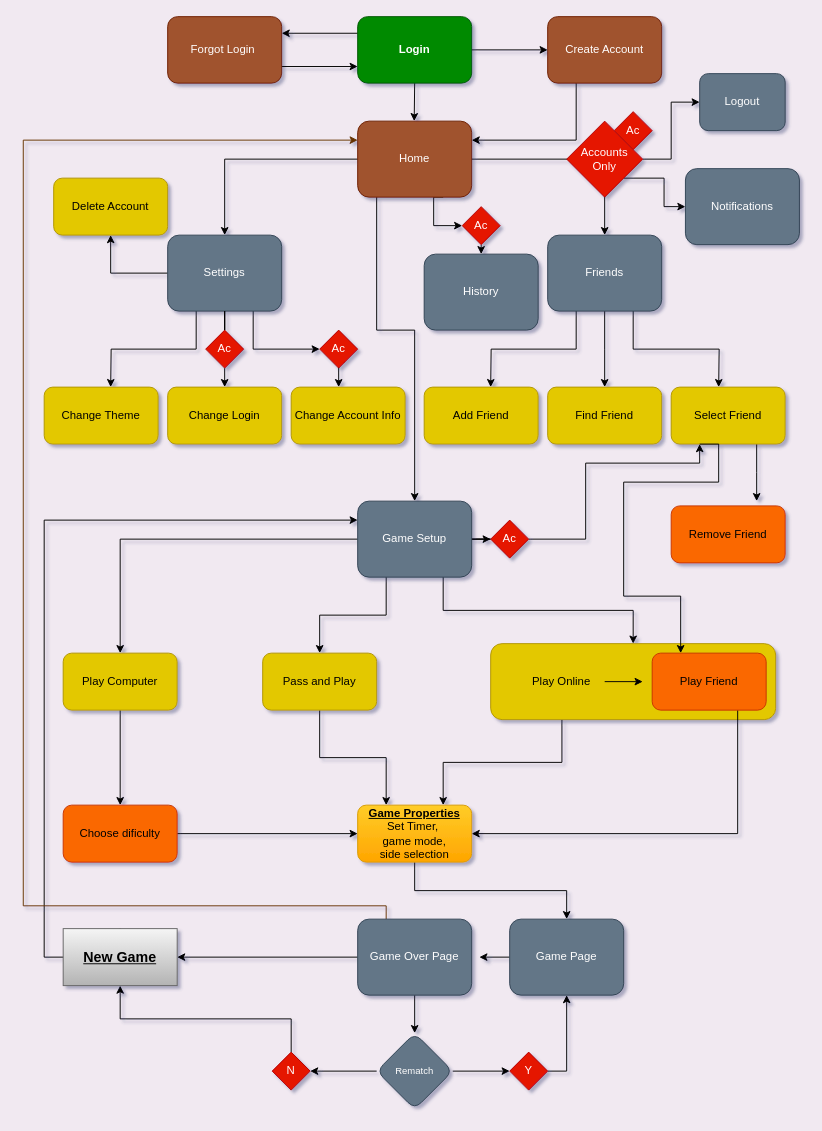
Earlier version of the draw.io diagram Documentation/SiteFlowChart.drawio (Logangosha/ChessApp). Source tidied: cells renumbered, new cells numbered last; positions are measured from the earlier drawing's top-left corner, leaving out a move shared by most shapes. Both pictures are drawn from the tidied source at 95%, with x=0, y=0 at pixel (23, 16).
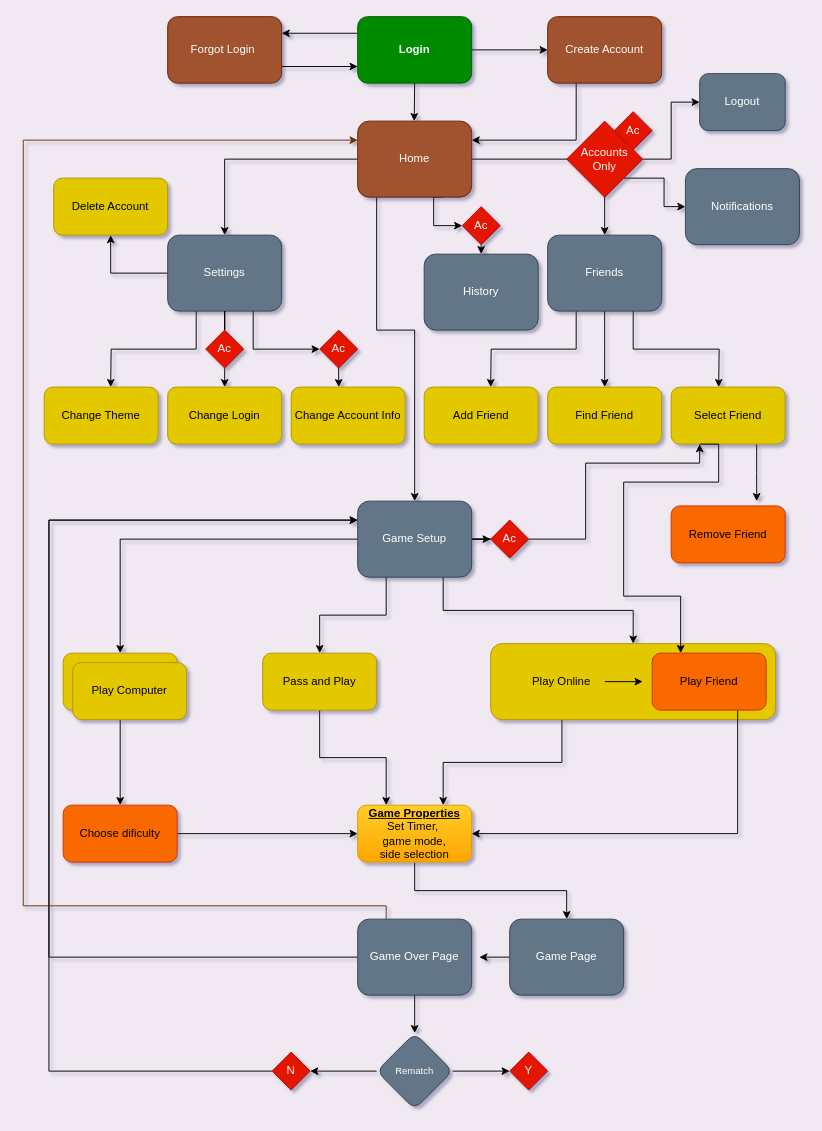
The same diagram, later.

The change refers to these unchanged cells:
```xml
<mxCell id="23" value="Game Setup" style="rounded=1;whiteSpace=wrap;html=1;fillColor=#647687;fontColor=#ffffff;strokeColor=#314354;" parent="1" vertex="1">
  <mxGeometry x="352" y="510" width="120" height="80" as="geometry" />
</mxCell>
<mxCell id="63" value="Game Page" style="rounded=1;whiteSpace=wrap;html=1;fillColor=#647687;fontColor=#ffffff;strokeColor=#314354;" parent="1" vertex="1">
  <mxGeometry x="512" y="950" width="120" height="80" as="geometry" />
</mxCell>
<mxCell id="74" value="Y" style="rhombus;whiteSpace=wrap;html=1;fillColor=#e51400;fontColor=#ffffff;strokeColor=#B20000;" parent="1" vertex="1">
  <mxGeometry x="512" y="1090" width="40" height="40" as="geometry" />
</mxCell>
<mxCell id="76" value="N" style="rhombus;whiteSpace=wrap;html=1;fillColor=#e51400;fontColor=#ffffff;strokeColor=#B20000;" parent="1" vertex="1">
  <mxGeometry x="262" y="1090" width="40" height="40" as="geometry" />
</mxCell>
<mxCell id="82" value="Game Over Page" style="rounded=1;whiteSpace=wrap;html=1;fillColor=#647687;fontColor=#ffffff;strokeColor=#314354;" parent="1" vertex="1">
  <mxGeometry x="352" y="950" width="120" height="80" as="geometry" />
</mxCell>
```

Change to the diagram source:
```diff
@@
-    <mxCell id="71" style="edgeStyle=orthogonalEdgeStyle;rounded=0;jettySize=auto;html=1;exitX=0.5;exitY=0;exitDx=0;exitDy=0;entryX=0;entryY=0.25;entryDx=0;entryDy=0;fontSize=15;fontColor=#000000;" parent="1" edge="1" source="72" target="23">
-      <mxGeometry relative="1" as="geometry">
-        <Array as="points">
-          <mxPoint x="102" y="990" />
-          <mxPoint x="22" y="990" />
-          <mxPoint x="22" y="530" />
-        </Array>
-      </mxGeometry>
-    </mxCell>
-    <mxCell id="72" value="&lt;font style=&quot;font-size: 15px;&quot;&gt;New Game&lt;/font&gt;" style="text;html=1;strokeColor=#666666;fillColor=#f5f5f5;align=center;verticalAlign=middle;whiteSpace=wrap;rounded=0;fontSize=10;fontStyle=5;gradientColor=#B3B3B3;" parent="1" vertex="1">
-      <mxGeometry x="42" y="960" width="120" height="60" as="geometry" />
-    </mxCell>
-    <mxCell id="73" style="edgeStyle=orthogonalEdgeStyle;rounded=0;jettySize=auto;html=1;exitX=1;exitY=0.5;exitDx=0;exitDy=0;entryX=0.5;entryY=1;entryDx=0;entryDy=0;" parent="1" edge="1" source="74" target="63">
-      <mxGeometry relative="1" as="geometry" />
-    </mxCell>
@@
-    <mxCell id="75" style="edgeStyle=orthogonalEdgeStyle;rounded=0;jettySize=auto;html=1;exitX=0.5;exitY=0;exitDx=0;exitDy=0;entryX=0.5;entryY=1;entryDx=0;entryDy=0;fontSize=15;fontColor=#000000;strokeColor=#000000;" parent="1" edge="1" source="76" target="72">
-      <mxGeometry relative="1" as="geometry" />
-    </mxCell>
+    <mxCell id="83" style="edgeStyle=orthogonalEdgeStyle;rounded=0;jettySize=auto;html=1;exitX=0;exitY=0.5;exitDx=0;exitDy=0;entryX=0;entryY=0.25;entryDx=0;entryDy=0;" parent="1" edge="1" source="76" target="23">
+      <mxGeometry relative="1" as="geometry">
+        <Array as="points">
+          <mxPoint x="27" y="1110" />
+          <mxPoint x="27" y="530" />
+        </Array>
+      </mxGeometry>
+    </mxCell>
@@
-    <mxCell id="80" style="edgeStyle=orthogonalEdgeStyle;rounded=0;jettySize=auto;html=1;exitX=0;exitY=0.5;exitDx=0;exitDy=0;entryX=1;entryY=0.5;entryDx=0;entryDy=0;" parent="1" edge="1" source="82" target="72">
-      <mxGeometry relative="1" as="geometry" />
-    </mxCell>
@@
+    <mxCell id="84" style="edgeStyle=orthogonalEdgeStyle;rounded=0;jettySize=auto;html=1;exitX=0;exitY=0.5;exitDx=0;exitDy=0;entryX=0;entryY=0.25;entryDx=0;entryDy=0;" parent="1" edge="1" source="82" target="23">
+      <mxGeometry relative="1" as="geometry">
+        <Array as="points">
+          <mxPoint x="27" y="990" />
+          <mxPoint x="27" y="530" />
+        </Array>
+      </mxGeometry>
+    </mxCell>
@@
+    <mxCell id="85" value="Play Computer" style="rounded=1;whiteSpace=wrap;html=1;fillColor=#e3c800;fontColor=#000000;strokeColor=#B09500;" parent="1" vertex="1">
+      <mxGeometry x="52" y="680" width="120" height="60" as="geometry" />
+    </mxCell>
```
